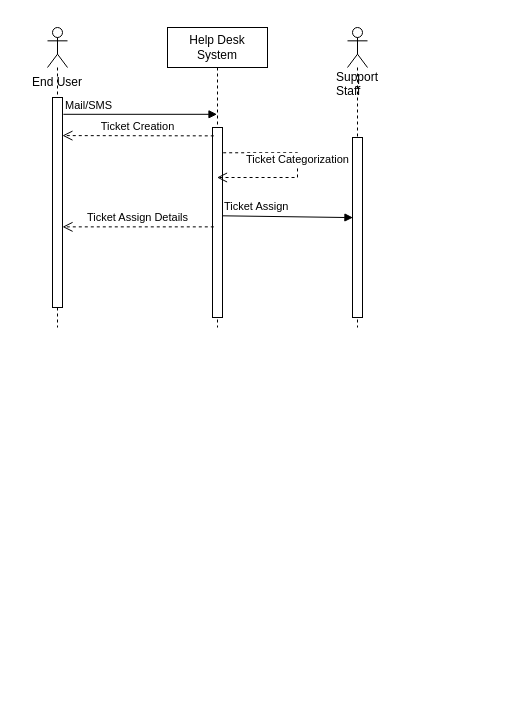
IlaTheFallen/Help_Desk keeps this draw.io diagram as Untitled Diagram.drawio. Above is the earlier version. Source tidied: cells renumbered, new cells numbered last; positions are measured from the earlier drawing's top-left corner, leaving out a move shared by most shapes. Both pictures are drawn from the tidied source at 100%, with x=0, y=0 at pixel (27, 27).
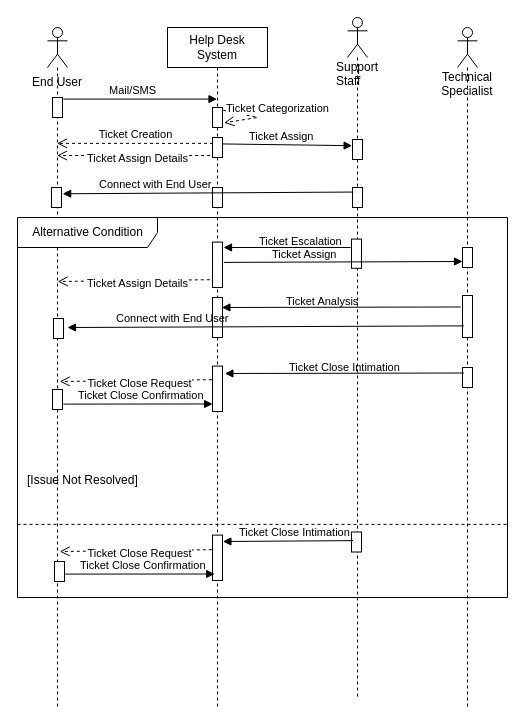
Above is the later version.

The edit, as a diff of the source:
```diff
@@
     <mxCell id="2" style="shape=umlLifeline;participant=umlActor;perimeter=lifelinePerimeter;whiteSpace=wrap;html=1;verticalAlign=top;spacingTop=36;outlineConnect=0;fillColor=none;" parent="1" vertex="1">
-      <mxGeometry x="20" width="20" height="300" as="geometry" />
+      <mxGeometry x="20" width="20" height="680" as="geometry" />
     </mxCell>
     <mxCell id="3" style="html=1;points=[];perimeter=orthogonalPerimeter;" parent="2" vertex="1">
-      <mxGeometry x="5" y="70" width="10" height="210" as="geometry" />
+      <mxGeometry x="5" y="70" width="10" height="20" as="geometry" />
     </mxCell>
+    <mxCell id="14" style="html=1;points=[];perimeter=orthogonalPerimeter;" parent="2" vertex="1">
+      <mxGeometry x="4" y="160" width="10" height="20" as="geometry" />
+    </mxCell>
+    <mxCell id="15" style="html=1;perimeter=orthogonalPerimeter;" parent="2" vertex="1">
+      <mxGeometry x="6" y="291" width="10" height="20" as="geometry" />
+    </mxCell>
+    <mxCell id="16" style="html=1;perimeter=orthogonalPerimeter;" parent="2" vertex="1">
+      <mxGeometry x="5" y="362" width="10" height="20" as="geometry" />
+    </mxCell>
+    <mxCell id="17" style="html=1;perimeter=orthogonalPerimeter;" parent="2" vertex="1">
+      <mxGeometry x="7" y="534" width="10" height="20" as="geometry" />
+    </mxCell>
     <mxCell id="4" value="Help Desk System" style="shape=umlLifeline;perimeter=lifelinePerimeter;whiteSpace=wrap;html=1;outlineConnect=0;fillColor=none;" parent="1" vertex="1">
-      <mxGeometry x="140" width="100" height="300" as="geometry" />
+      <mxGeometry x="140" width="100" height="680" as="geometry" />
     </mxCell>
     <mxCell id="5" style="html=1;points=[];perimeter=orthogonalPerimeter;" parent="4" vertex="1">
-      <mxGeometry x="45" y="100" width="10" height="190" as="geometry" />
+      <mxGeometry x="45" y="80" width="10" height="20" as="geometry" />
     </mxCell>
-    <mxCell id="6" value="Ticket Categorization" style="html=1;verticalAlign=bottom;endArrow=open;dashed=1;endSize=8;rounded=0;exitX=1.067;exitY=0.133;exitDx=0;exitDy=0;exitPerimeter=0;edgeStyle=entityRelationEdgeStyle;elbow=vertical;" parent="4" edge="1" source="5" target="4">
-      <mxGeometry relative="1" as="geometry" />
+    <mxCell id="6" value="Ticket Categorization" style="html=1;verticalAlign=bottom;endArrow=open;dashed=1;endSize=8;rounded=0;exitX=1.067;exitY=0.133;exitDx=0;exitDy=0;exitPerimeter=0;edgeStyle=entityRelationEdgeStyle;elbow=vertical;entryX=1.159;entryY=0.767;entryDx=0;entryDy=0;entryPerimeter=0;" parent="4" edge="1" source="5" target="5">
+      <mxGeometry x="0.02" y="20" relative="1" as="geometry">
+        <Array as="points">
+          <mxPoint x="90" y="90" />
+        </Array>
+        <mxPoint x="17" y="-20" as="offset" />
+      </mxGeometry>
     </mxCell>
+    <mxCell id="18" style="html=1;points=[];perimeter=orthogonalPerimeter;" parent="4" vertex="1">
+      <mxGeometry x="45" y="110" width="10" height="20" as="geometry" />
+    </mxCell>
+    <mxCell id="19" style="html=1;perimeter=orthogonalPerimeter;" parent="4" vertex="1">
+      <mxGeometry x="45" y="160" width="10" height="20" as="geometry" />
+    </mxCell>
@@
     <mxCell id="8" value="Mail/SMS" style="html=1;verticalAlign=bottom;labelBackgroundColor=none;endArrow=block;endFill=1;endSize=6;align=left;rounded=0;labelBorderColor=none;exitX=1.086;exitY=0.08;exitDx=0;exitDy=0;exitPerimeter=0;" parent="1" edge="1" source="3" target="4">
-      <mxGeometry x="-1" relative="1" as="geometry" />
+      <mxGeometry x="-0.43" relative="1" as="geometry" />
     </mxCell>
     <mxCell id="9" value="&lt;div style=&quot;text-align: justify;&quot;&gt;&lt;span style=&quot;background-color: initial;&quot;&gt;Support Staff&lt;/span&gt;&lt;/div&gt;" style="shape=umlLifeline;participant=umlActor;perimeter=lifelinePerimeter;whiteSpace=wrap;html=1;verticalAlign=top;spacingTop=36;size=40;align=center;" parent="1" vertex="1">
-      <mxGeometry x="320" width="20" height="300" as="geometry" />
+      <mxGeometry x="320" y="-10" width="20" height="680" as="geometry" />
     </mxCell>
     <mxCell id="10" style="html=1;points=[];perimeter=orthogonalPerimeter;" parent="9" vertex="1">
-      <mxGeometry x="5" y="110" width="10" height="180" as="geometry" />
+      <mxGeometry x="5" y="122" width="10" height="20" as="geometry" />
     </mxCell>
-    <mxCell id="11" value="Ticket Creation" style="html=1;verticalAlign=bottom;endArrow=open;dashed=1;endSize=8;rounded=0;entryX=0.985;entryY=0.415;entryDx=0;entryDy=0;entryPerimeter=0;exitX=0.128;exitY=0.044;exitDx=0;exitDy=0;exitPerimeter=0;" parent="1" edge="1" source="5">
-      <mxGeometry relative="1" as="geometry">
-        <mxPoint x="34.9" y="108.1" as="targetPoint" />
-      </mxGeometry>
-    </mxCell>
+    <mxCell id="20" style="html=1;points=[];perimeter=orthogonalPerimeter;" parent="9" vertex="1">
+      <mxGeometry x="5" y="170" width="10" height="20" as="geometry" />
+    </mxCell>
-    <mxCell id="12" value="Ticket Assign" style="html=1;verticalAlign=bottom;labelBackgroundColor=none;endArrow=block;endFill=1;endSize=6;align=left;rounded=0;labelBorderColor=none;exitX=0.954;exitY=0.154;exitDx=0;exitDy=0;exitPerimeter=0;entryX=0.045;entryY=0.445;entryDx=0;entryDy=0;entryPerimeter=0;" parent="1" edge="1" target="10">
-      <mxGeometry x="-1" relative="1" as="geometry">
-        <mxPoint x="194.5" y="188.3" as="sourcePoint" />
-      </mxGeometry>
+    <mxCell id="12" value="Ticket Assign" style="html=1;verticalAlign=bottom;labelBackgroundColor=none;endArrow=block;endFill=1;endSize=6;align=left;rounded=0;labelBorderColor=none;entryX=-0.036;entryY=0.309;entryDx=0;entryDy=0;entryPerimeter=0;exitX=0.978;exitY=0.322;exitDx=0;exitDy=0;exitPerimeter=0;" parent="1" edge="1" source="18" target="10">
+      <mxGeometry x="-0.61" y="-1" relative="1" as="geometry" />
     </mxCell>
-    <mxCell id="13" value="Ticket Assign Details" style="html=1;verticalAlign=bottom;endArrow=open;dashed=1;endSize=8;rounded=0;exitX=0.13;exitY=0.523;exitDx=0;exitDy=0;exitPerimeter=0;" parent="1" edge="1" source="5" target="3">
-      <mxGeometry relative="1" as="geometry" />
+    <mxCell id="13" value="Ticket Assign Details" style="html=1;verticalAlign=bottom;endArrow=open;dashed=1;endSize=8;rounded=0;exitX=-0.239;exitY=0.901;exitDx=0;exitDy=0;exitPerimeter=0;" parent="1" edge="1" source="18" target="2">
+      <mxGeometry x="-0.05" y="12" relative="1" as="geometry" />
     </mxCell>
+    <mxCell id="21" value="Connect with End User" style="html=1;verticalAlign=bottom;labelBackgroundColor=none;endArrow=block;endFill=1;endSize=6;align=left;rounded=0;labelBorderColor=none;exitX=0.08;exitY=0.228;exitDx=0;exitDy=0;exitPerimeter=0;entryX=1.116;entryY=0.314;entryDx=0;entryDy=0;entryPerimeter=0;" parent="1" edge="1" source="20" target="14">
+      <mxGeometry x="0.76" relative="1" as="geometry" />
+    </mxCell>
+    <mxCell id="11" value="Ticket Creation" style="html=1;verticalAlign=bottom;endArrow=open;dashed=1;endSize=8;rounded=0;exitX=0.051;exitY=0.293;exitDx=0;exitDy=0;exitPerimeter=0;" parent="1" edge="1" source="18" target="2">
+      <mxGeometry relative="1" as="geometry" />
+    </mxCell>
+    <mxCell id="22" value="Alternative Condition" style="shape=umlFrame;tabWidth=110;tabHeight=30;tabPosition=left;html=1;boundedLbl=1;labelInHeader=1;width=140;height=30;" parent="1" vertex="1">
+      <mxGeometry x="-10" y="190" width="490" height="380" as="geometry" />
+    </mxCell>
+    <mxCell id="23" style="line;strokeWidth=1;dashed=1;labelPosition=center;verticalLabelPosition=bottom;align=left;verticalAlign=top;spacingLeft=20;spacingTop=15;" parent="22" vertex="1">
+      <mxGeometry y="299.3" width="490" height="15.2" as="geometry" />
+    </mxCell>
+    <mxCell id="24" style="html=1;perimeter=orthogonalPerimeter;" parent="22" vertex="1">
+      <mxGeometry x="334" y="21.6" width="10" height="29.2" as="geometry" />
+    </mxCell>
+    <mxCell id="25" value="[Issue Not Resolved]" style="text;" parent="22" vertex="1">
+      <mxGeometry width="100" height="10" relative="1" as="geometry">
+        <mxPoint x="8" y="249" as="offset" />
+      </mxGeometry>
+    </mxCell>
+    <mxCell id="26" value="Ticket Escalation" style="html=1;verticalAlign=bottom;labelBackgroundColor=none;endArrow=block;endFill=1;endSize=6;align=left;rounded=0;labelBorderColor=none;" parent="22" edge="1">
+      <mxGeometry x="0.47" y="3" relative="1" as="geometry">
+        <mxPoint x="333" y="30" as="sourcePoint" />
+        <mxPoint x="206" y="30" as="targetPoint" />
+      </mxGeometry>
+    </mxCell>
+    <mxCell id="27" style="html=1;perimeter=orthogonalPerimeter;" parent="22" vertex="1">
+      <mxGeometry x="195" y="24.6" width="10" height="45.4" as="geometry" />
+    </mxCell>
+    <mxCell id="28" value="Ticket Assign Details" style="html=1;verticalAlign=bottom;endArrow=open;dashed=1;endSize=8;rounded=0;exitX=-0.266;exitY=0.774;exitDx=0;exitDy=0;exitPerimeter=0;entryX=0.082;entryY=0.192;entryDx=0;entryDy=0;entryPerimeter=0;" parent="22" edge="1">
+      <mxGeometry x="-0.05" y="12" relative="1" as="geometry">
+        <mxPoint x="192.3" y="62.2" as="sourcePoint" />
+        <mxPoint x="40.2" y="64" as="targetPoint" />
+      </mxGeometry>
+    </mxCell>
+    <mxCell id="29" style="html=1;points=[];perimeter=orthogonalPerimeter;" parent="22" vertex="1">
+      <mxGeometry x="195" y="80" width="10" height="40" as="geometry" />
+    </mxCell>
+    <mxCell id="30" style="html=1;points=[];perimeter=orthogonalPerimeter;" parent="22" vertex="1">
+      <mxGeometry x="195" y="148.6" width="10" height="45.4" as="geometry" />
+    </mxCell>
+    <mxCell id="31" style="html=1;perimeter=orthogonalPerimeter;" parent="22" vertex="1">
+      <mxGeometry x="195" y="317.6" width="10" height="45.4" as="geometry" />
+    </mxCell>
+    <mxCell id="32" value="Ticket Close Request" style="html=1;verticalAlign=bottom;endArrow=open;dashed=1;endSize=8;rounded=0;exitX=-0.266;exitY=0.774;exitDx=0;exitDy=0;exitPerimeter=0;entryX=0.082;entryY=0.192;entryDx=0;entryDy=0;entryPerimeter=0;" parent="22" edge="1">
+      <mxGeometry x="-0.05" y="12" relative="1" as="geometry">
+        <mxPoint x="194.3" y="162.2" as="sourcePoint" />
+        <mxPoint x="42.2" y="164" as="targetPoint" />
+      </mxGeometry>
+    </mxCell>
+    <mxCell id="33" value="Ticket Close Request" style="html=1;verticalAlign=bottom;endArrow=open;dashed=1;endSize=8;rounded=0;exitX=-0.266;exitY=0.774;exitDx=0;exitDy=0;exitPerimeter=0;entryX=0.082;entryY=0.192;entryDx=0;entryDy=0;entryPerimeter=0;" parent="22" edge="1">
+      <mxGeometry x="-0.05" y="12" relative="1" as="geometry">
+        <mxPoint x="194.3" y="332.2" as="sourcePoint" />
+        <mxPoint x="42.2" y="334" as="targetPoint" />
+      </mxGeometry>
+    </mxCell>
+    <mxCell id="34" style="html=1;points=[];perimeter=orthogonalPerimeter;" parent="22" vertex="1">
+      <mxGeometry x="334" y="314.5" width="10" height="20" as="geometry" />
+    </mxCell>
+    <mxCell id="35" value="Technical Specialist" style="shape=umlLifeline;participant=umlActor;perimeter=lifelinePerimeter;whiteSpace=wrap;html=1;verticalAlign=top;spacingTop=36;size=40;" parent="1" vertex="1">
+      <mxGeometry x="430" width="20" height="680" as="geometry" />
+    </mxCell>
+    <mxCell id="36" style="html=1;perimeter=orthogonalPerimeter;" parent="35" vertex="1">
+      <mxGeometry x="5" y="220" width="10" height="20" as="geometry" />
+    </mxCell>
+    <mxCell id="37" style="html=1;points=[];perimeter=orthogonalPerimeter;" parent="35" vertex="1">
+      <mxGeometry x="5" y="268" width="10" height="42" as="geometry" />
+    </mxCell>
+    <mxCell id="38" style="html=1;perimeter=orthogonalPerimeter;" parent="35" vertex="1">
+      <mxGeometry x="5" y="340" width="10" height="20" as="geometry" />
+    </mxCell>
+    <mxCell id="39" value="Ticket Assign" style="html=1;verticalAlign=bottom;labelBackgroundColor=none;endArrow=block;endFill=1;endSize=6;align=left;rounded=0;labelBorderColor=none;exitX=1.134;exitY=0.817;exitDx=0;exitDy=0;exitPerimeter=0;" parent="1" edge="1">
+      <mxGeometry x="-0.61" y="-1" relative="1" as="geometry">
+        <mxPoint x="196.3" y="234.9" as="sourcePoint" />
+        <mxPoint x="435" y="234" as="targetPoint" />
+      </mxGeometry>
+    </mxCell>
+    <mxCell id="40" value="Ticket Analysis" style="html=1;verticalAlign=bottom;labelBackgroundColor=none;endArrow=block;endFill=1;endSize=6;align=left;rounded=0;labelBorderColor=none;exitX=-0.167;exitY=0.273;exitDx=0;exitDy=0;exitPerimeter=0;entryX=0.94;entryY=0.25;entryDx=0;entryDy=0;entryPerimeter=0;" parent="1" edge="1" source="37" target="29">
+      <mxGeometry x="0.47" y="3" relative="1" as="geometry" />
+    </mxCell>
+    <mxCell id="41" value="Connect with End User" style="html=1;verticalAlign=bottom;labelBackgroundColor=none;endArrow=block;endFill=1;endSize=6;align=left;rounded=0;labelBorderColor=none;exitX=0.145;exitY=0.723;exitDx=0;exitDy=0;exitPerimeter=0;" parent="1" edge="1" source="37">
+      <mxGeometry x="0.76" relative="1" as="geometry">
+        <mxPoint x="40" y="300" as="targetPoint" />
+      </mxGeometry>
+    </mxCell>
+    <mxCell id="42" value="Ticket Close Intimation" style="html=1;verticalAlign=bottom;labelBackgroundColor=none;endArrow=block;endFill=1;endSize=6;align=left;rounded=0;labelBorderColor=none;exitX=-0.167;exitY=0.273;exitDx=0;exitDy=0;exitPerimeter=0;entryX=0.94;entryY=0.25;entryDx=0;entryDy=0;entryPerimeter=0;" parent="1" edge="1">
+      <mxGeometry x="0.47" y="3" relative="1" as="geometry">
+        <mxPoint x="436.3" y="345.5" as="sourcePoint" />
+        <mxPoint x="197.4" y="346" as="targetPoint" />
+      </mxGeometry>
+    </mxCell>
+    <mxCell id="43" value="Ticket Close Intimation" style="html=1;verticalAlign=bottom;labelBackgroundColor=none;endArrow=block;endFill=1;endSize=6;align=left;rounded=0;labelBorderColor=none;entryX=0.94;entryY=0.25;entryDx=0;entryDy=0;entryPerimeter=0;exitX=0.155;exitY=0.432;exitDx=0;exitDy=0;exitPerimeter=0;" parent="1" edge="1" source="34">
+      <mxGeometry x="0.78" relative="1" as="geometry">
+        <mxPoint x="195.4" y="514" as="targetPoint" />
+      </mxGeometry>
+    </mxCell>
+    <mxCell id="44" value="Ticket Close Confirmation" style="html=1;verticalAlign=bottom;labelBackgroundColor=none;endArrow=block;endFill=1;endSize=6;align=left;rounded=0;labelBorderColor=none;exitX=1.086;exitY=0.08;exitDx=0;exitDy=0;exitPerimeter=0;entryX=0.018;entryY=0.834;entryDx=0;entryDy=0;entryPerimeter=0;" parent="1" edge="1" target="30">
+      <mxGeometry x="-0.82" relative="1" as="geometry">
+        <mxPoint x="35.9" y="376.6" as="sourcePoint" />
+      </mxGeometry>
+    </mxCell>
+    <mxCell id="45" value="Ticket Close Confirmation" style="html=1;verticalAlign=bottom;labelBackgroundColor=none;endArrow=block;endFill=1;endSize=6;align=left;rounded=0;labelBorderColor=none;exitX=1.086;exitY=0.08;exitDx=0;exitDy=0;exitPerimeter=0;entryX=0.018;entryY=0.834;entryDx=0;entryDy=0;entryPerimeter=0;" parent="1" edge="1">
+      <mxGeometry x="-0.82" relative="1" as="geometry">
+        <mxPoint x="37.9" y="546.6" as="sourcePoint" />
+        <mxPoint x="187.2" y="546.5" as="targetPoint" />
+      </mxGeometry>
+    </mxCell>
```
